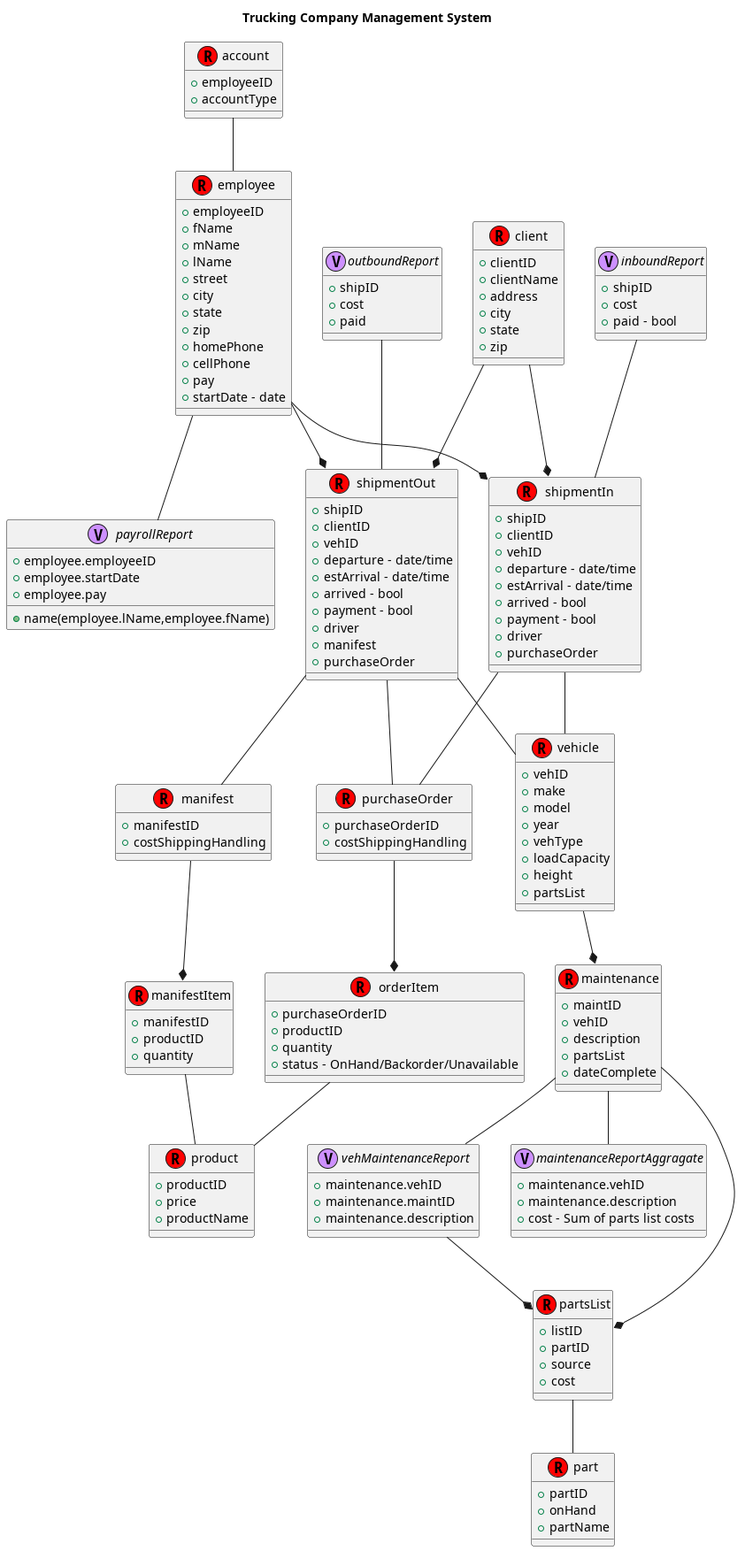
The PlantUML diagram planning/relation.png in StephenP-AL/CS499-group-7, before a commit. The source it was exported from:
```plantuml
@startuml

title Trucking Company Management System

account -- employee
vehicle --* maintenance
maintenance --*partsList
partsList -- part
employee --* shipmentIn
employee --* shipmentOut
shipmentIn -- purchaseOrder
shipmentOut -- purchaseOrder
shipmentOut -- manifest
purchaseOrder --* orderItem
manifest --* manifestItem
manifestItem -- product
orderItem -- product
client --* shipmentIn
client --* shipmentOut
shipmentIn -- vehicle
shipmentOut -- vehicle
employee -- payrollReport
maintenance -- maintenanceReportAggragate
maintenance -- vehMaintenanceReport
vehMaintenanceReport --* partsList

class shipmentIn << (R,#FF0202) >>{
  +shipID
  +clientID
  +vehID
  +departure - date/time
  +estArrival - date/time
  +arrived - bool
  +payment - bool
  +driver
  +purchaseOrder
}
class shipmentOut<< (R,#FF0202) >>{
  +shipID
  +clientID
  +vehID
  +departure - date/time
  +estArrival - date/time
  +arrived - bool
  +payment - bool
  +driver
  +manifest
  +purchaseOrder
}
class client<< (R,#FF0202) >>{
  +clientID
  +clientName
  +address
  +city
  +state
  +zip
}
class manifest<< (R,#FF0202) >>{
  +manifestID
  +costShippingHandling
}
class purchaseOrder<< (R,#FF0202) >>{
  +purchaseOrderID
  +costShippingHandling
}
class manifestItem<< (R,#FF0202) >>{
  +manifestID
  +productID
  +quantity
}
class orderItem<< (R,#FF0202) >>{
  +purchaseOrderID
  +productID
  +quantity
  +status - OnHand/Backorder/Unavailable
}
class product<< (R,#FF0202) >>{
  +productID
  +price
  +productName
}

class account << (R,#FF0202) >> {
  +employeeID
  +accountType
  }
class employee << (R,#FF0202) >> {
  +employeeID
  +fName
  +mName
  +lName
  +street
  +city
  +state
  +zip
  +homePhone
  +cellPhone
  +pay
  +startDate - date
}

class vehicle << (R,#FF0202) >> {
  +vehID
  +make
  +model
  +year
  +vehType
  +loadCapacity
  +height
  +partsList
  }
class maintenance << (R,#FF0202) >> {
  +maintID
  +vehID
  +description
  +partsList
  +dateComplete
}
class partsList << (R,#FF0202) >> {
  +listID
  +partID
  +source
  +cost
}
class part<< (R,#FF0202) >>{
  +partID
  +onHand
  +partName
}

interface payrollReport << (V,CD90FF) >>{
 +employee.employeeID
 +name(employee.lName,employee.fName)
 +employee.startDate
 +employee.pay
 }

interface maintenanceReportAggragate << (V,CD90FF) >>{
 +maintenance.vehID
 +maintenance.description
 +cost - Sum of parts list costs
 }

interface vehMaintenanceReport << (V,CD90FF) >>{
+maintenance.vehID
+maintenance.maintID
+maintenance.description
}

interface inboundReport << (V,CD90FF) >>{
 +shipID
 +cost
 +paid - bool
 }
inboundReport -- shipmentIn

interface outboundReport << (V,CD90FF) >>{
 +shipID
 +cost
 +paid
 }
 outboundReport -- shipmentOut

@enduml
```
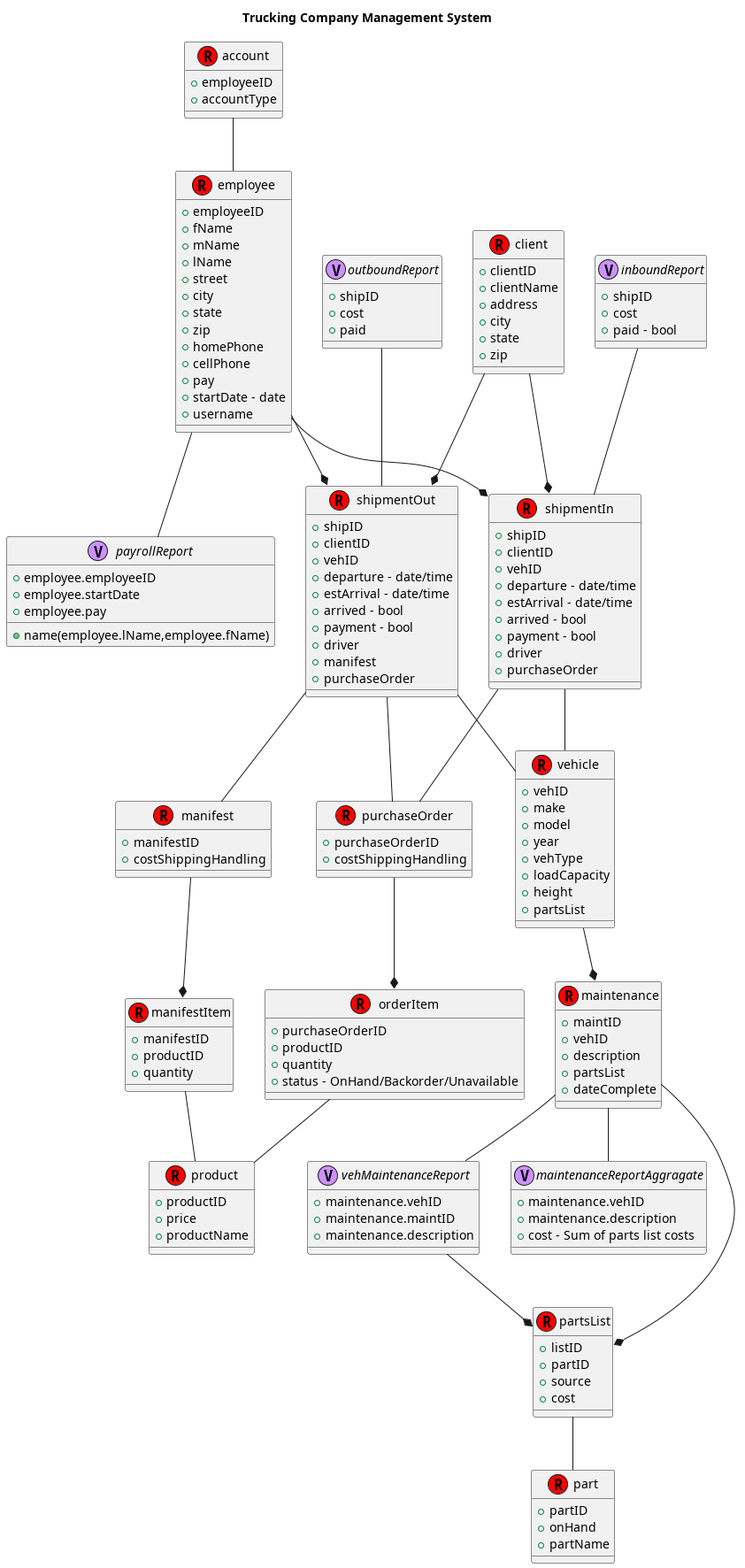
Later version of the same file.

What changed in the source:
```diff
@@ -97,6 +97,7 @@
   +cellPhone
   +pay
   +startDate - date
+  +username
 }
 
 class vehicle << (R,#FF0202) >> {
```
